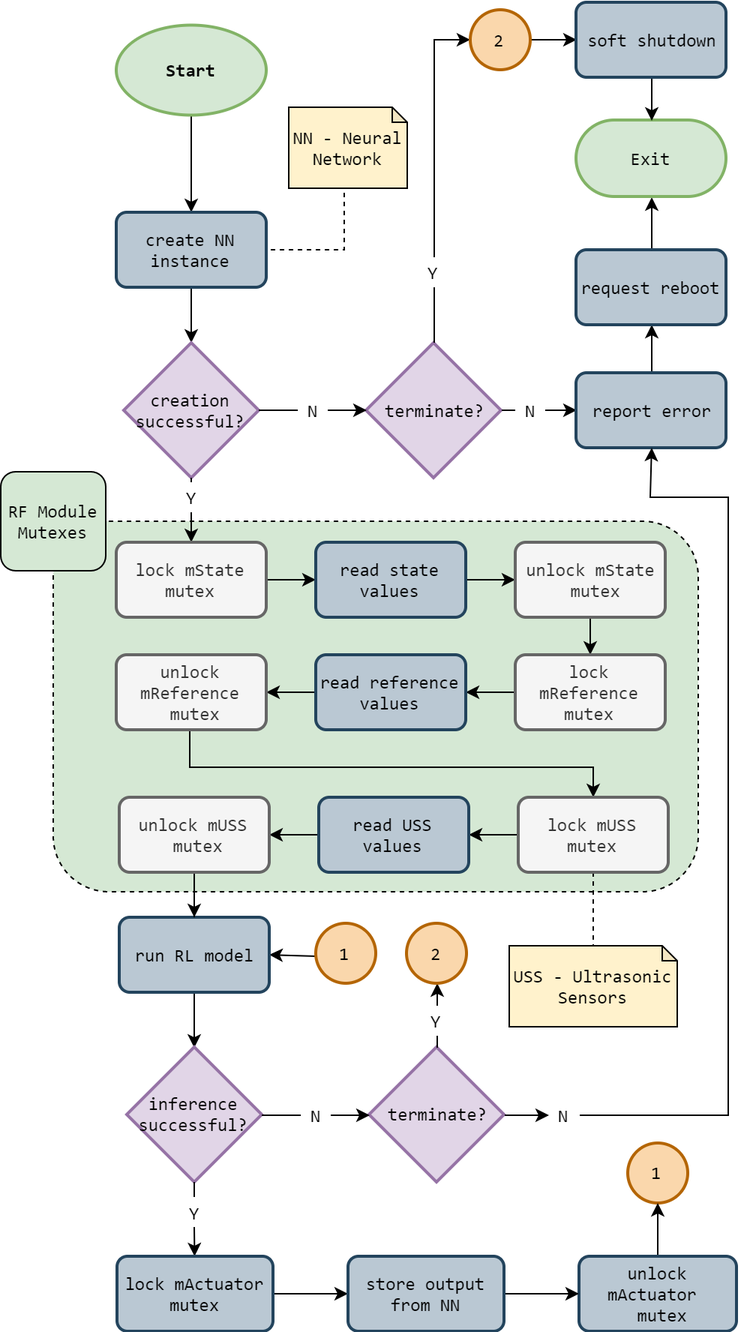
Earlier version of the draw.io export 3. Design/3. Software Specification/RL/reinforcement_learning_flowchart.png (esrg-silent-howl/zephyrus). Source tidied: cells renumbered, new cells last; positions are measured from the earlier drawing's top-left corner, leaving out a move shared by most shapes.
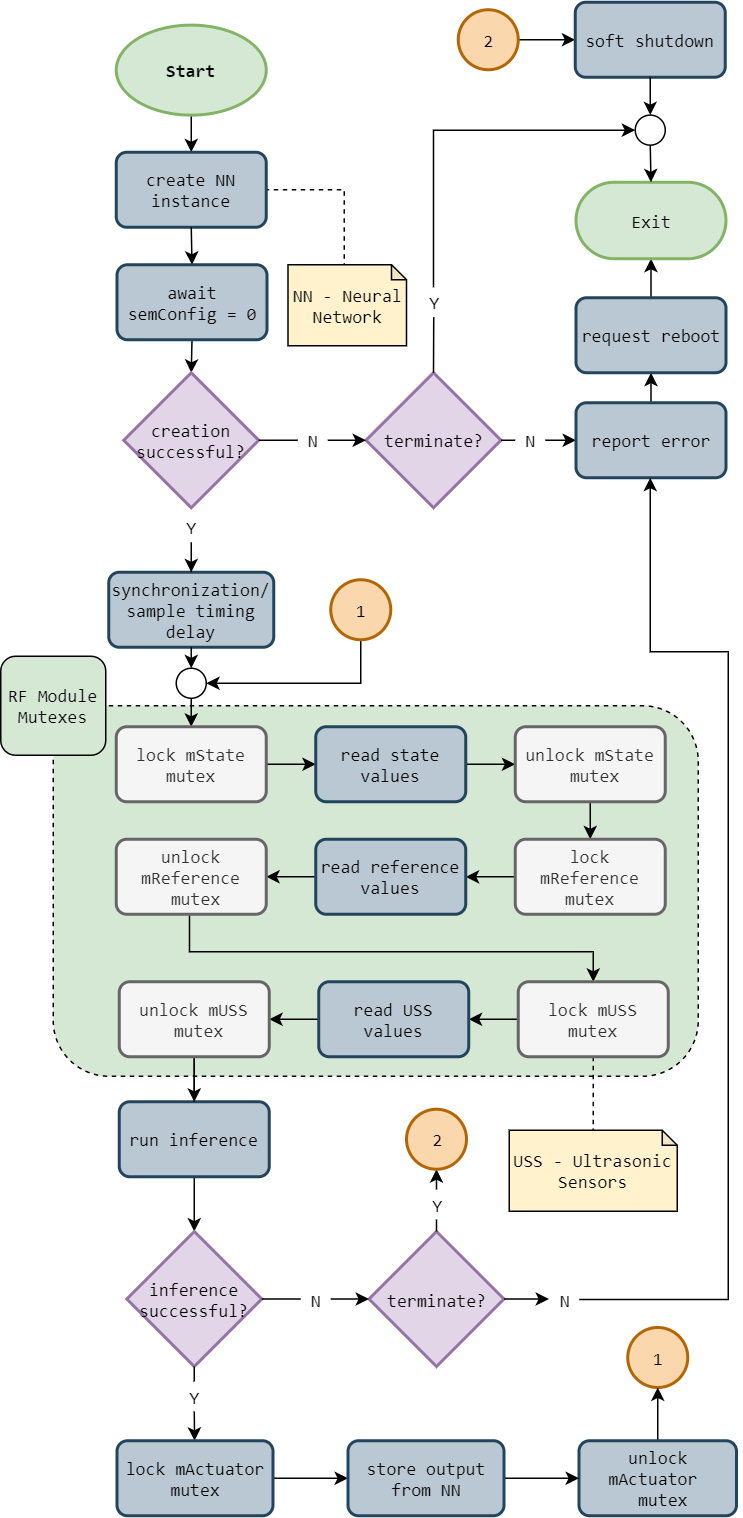
The same file after the commit.

What changed in the source:
```diff
@@ -9,48 +9,48 @@
       <mxGeometry relative="1" as="geometry" />
     </mxCell>
     <mxCell id="4" value="Start" style="strokeWidth=2;html=1;shape=mxgraph.flowchart.start_1;whiteSpace=wrap;fillColor=#d5e8d4;strokeColor=#82b366;fontStyle=1;fontFamily=Consolas;" parent="1" vertex="1">
-      <mxGeometry x="77" y="15.2" width="100" height="60" as="geometry" />
+      <mxGeometry x="77" y="-107.8" width="100" height="60" as="geometry" />
     </mxCell>
     <mxCell id="5" style="edgeStyle=orthogonalEdgeStyle;rounded=0;jettySize=auto;html=1;endArrow=none;endFill=0;dashed=1;fontFamily=Consolas;exitX=0.5;exitY=1;exitDx=0;exitDy=0;exitPerimeter=0;" parent="1" edge="1" source="6" target="9">
       <mxGeometry relative="1" as="geometry">
         <Array as="points">
-          <mxPoint x="229" y="165" />
+          <mxPoint x="229" y="62" />
         </Array>
       </mxGeometry>
     </mxCell>
     <mxCell id="6" value="NN - Neural Network" style="shape=note;html=1;backgroundOutline=1;darkOpacity=0.05;size=10;fillColor=#fff2cc;strokeColor=#000000;whiteSpace=wrap;fontFamily=Consolas;" parent="1" vertex="1">
-      <mxGeometry x="192" y="70" width="79" height="54" as="geometry" />
+      <mxGeometry x="191.5" y="52" width="79" height="54" as="geometry" />
     </mxCell>
     <mxCell id="7" value="1" style="verticalLabelPosition=middle;verticalAlign=middle;html=1;shape=mxgraph.flowchart.on-page_reference;strokeWidth=2;align=center;labelPosition=center;fillColor=#fad7ac;strokeColor=#b46504;fontFamily=Consolas;" parent="1" vertex="1">
       <mxGeometry x="418" y="760.5" width="40" height="40" as="geometry" />
     </mxCell>
-    <mxCell id="8" style="edgeStyle=orthogonalEdgeStyle;rounded=0;jettySize=auto;html=1;exitX=0.5;exitY=1;exitDx=0;exitDy=0;entryX=0.5;entryY=0;entryDx=0;entryDy=0;entryPerimeter=0;startArrow=none;startFill=0;endArrow=classic;endFill=1;fontFamily=Consolas;" parent="1" edge="1" source="9" target="11">
+    <mxCell id="8" style="edgeStyle=orthogonalEdgeStyle;rounded=0;jettySize=auto;html=1;exitX=0.5;exitY=1;exitDx=0;exitDy=0;entryX=0.5;entryY=0;entryDx=0;entryDy=0;entryPerimeter=0;startArrow=none;startFill=0;endArrow=classic;endFill=1;fontFamily=Consolas;" parent="1" edge="1" source="80" target="11">
       <mxGeometry relative="1" as="geometry" />
     </mxCell>
     <mxCell id="9" value="create NN instance" style="rounded=1;whiteSpace=wrap;html=1;absoluteArcSize=1;arcSize=14;strokeWidth=2;fillColor=#bac8d3;strokeColor=#23445d;fontFamily=Consolas;" parent="1" vertex="1">
-      <mxGeometry x="77" y="140" width="100" height="50" as="geometry" />
+      <mxGeometry x="77" y="-23" width="100" height="50" as="geometry" />
     </mxCell>
     <mxCell id="10" style="edgeStyle=orthogonalEdgeStyle;rounded=0;jettySize=auto;html=1;exitX=1;exitY=0.5;exitDx=0;exitDy=0;exitPerimeter=0;entryX=0;entryY=0.5;entryDx=0;entryDy=0;fontFamily=Consolas;" parent="1" edge="1" source="37" target="13">
       <mxGeometry relative="1" as="geometry" />
     </mxCell>
     <mxCell id="11" value="creation&lt;br&gt;successful?" style="strokeWidth=2;html=1;shape=mxgraph.flowchart.decision;whiteSpace=wrap;fillColor=#e1d5e7;strokeColor=#9673a6;fontFamily=Consolas;" parent="1" vertex="1">
-      <mxGeometry x="82" y="227" width="90" height="90" as="geometry" />
+      <mxGeometry x="82" y="124" width="90" height="90" as="geometry" />
     </mxCell>
     <mxCell id="12" style="edgeStyle=orthogonalEdgeStyle;rounded=0;jettySize=auto;html=1;exitX=0.5;exitY=0;exitDx=0;exitDy=0;startArrow=none;startFill=0;endArrow=classic;endFill=1;fontFamily=Consolas;" parent="1" edge="1" source="13" target="42">
       <mxGeometry relative="1" as="geometry" />
     </mxCell>
     <mxCell id="13" value="report error" style="rounded=1;whiteSpace=wrap;html=1;absoluteArcSize=1;arcSize=14;strokeWidth=2;fillColor=#bac8d3;strokeColor=#23445d;fontFamily=Consolas;" parent="1" vertex="1">
-      <mxGeometry x="383.5" y="247" width="100" height="50" as="geometry" />
+      <mxGeometry x="383.5" y="144" width="100" height="50" as="geometry" />
     </mxCell>
     <mxCell id="14" style="edgeStyle=orthogonalEdgeStyle;rounded=0;jettySize=auto;html=1;exitX=0.5;exitY=1;exitDx=0;exitDy=0;entryX=0.5;entryY=0;entryDx=0;entryDy=0;entryPerimeter=0;startArrow=none;startFill=0;endArrow=classic;endFill=1;fontFamily=Consolas;" parent="1" edge="1" source="56" target="17">
       <mxGeometry relative="1" as="geometry" />
     </mxCell>
-    <mxCell id="15" style="edgeStyle=orthogonalEdgeStyle;rounded=0;jettySize=auto;html=1;fontFamily=Consolas;entryX=0.5;entryY=1;entryDx=0;entryDy=0;exitX=1.007;exitY=0.515;exitDx=0;exitDy=0;exitPerimeter=0;" parent="1" edge="1" source="39" target="13">
+    <mxCell id="15" style="edgeStyle=orthogonalEdgeStyle;rounded=0;jettySize=auto;html=1;fontFamily=Consolas;exitX=1.007;exitY=0.515;exitDx=0;exitDy=0;exitPerimeter=0;" parent="1" edge="1" source="39" target="13">
       <mxGeometry relative="1" as="geometry">
         <Array as="points">
           <mxPoint x="485" y="742" />
-          <mxPoint x="485" y="330" />
-          <mxPoint x="433" y="330" />
+          <mxPoint x="485" y="310" />
+          <mxPoint x="433" y="310" />
         </Array>
       </mxGeometry>
     </mxCell>
@@ -87,26 +87,28 @@
     <mxCell id="26" style="edgeStyle=orthogonalEdgeStyle;rounded=0;jettySize=auto;html=1;exitX=1;exitY=0.5;exitDx=0;exitDy=0;exitPerimeter=0;fontFamily=Consolas;entryX=0;entryY=0.5;entryDx=0;entryDy=0;entryPerimeter=0;" parent="1" edge="1" source="36" target="25">
       <mxGeometry relative="1" as="geometry" />
     </mxCell>
-    <mxCell id="27" style="edgeStyle=orthogonalEdgeStyle;rounded=0;jettySize=auto;html=1;exitX=0.5;exitY=0;exitDx=0;exitDy=0;exitPerimeter=0;entryX=0;entryY=0.5;entryDx=0;entryDy=0;entryPerimeter=0;startArrow=none;startFill=0;endArrow=classic;endFill=1;" parent="1" edge="1" source="69" target="49">
+    <mxCell id="27" style="edgeStyle=orthogonalEdgeStyle;rounded=0;jettySize=auto;html=1;exitX=0.5;exitY=0;exitDx=0;exitDy=0;exitPerimeter=0;entryX=0;entryY=0.5;entryDx=0;entryDy=0;startArrow=none;startFill=0;endArrow=classic;endFill=1;" parent="1" edge="1" source="69" target="82">
       <mxGeometry relative="1" as="geometry" />
     </mxCell>
     <mxCell id="28" value="terminate?" style="strokeWidth=2;html=1;shape=mxgraph.flowchart.decision;whiteSpace=wrap;fillColor=#e1d5e7;strokeColor=#9673a6;fontFamily=Consolas;" parent="1" vertex="1">
-      <mxGeometry x="243.5" y="227" width="90" height="90" as="geometry" />
+      <mxGeometry x="243.5" y="124" width="90" height="90" as="geometry" />
     </mxCell>
     <mxCell id="29" style="edgeStyle=orthogonalEdgeStyle;rounded=0;jettySize=auto;html=1;exitX=1;exitY=0.5;exitDx=0;exitDy=0;exitPerimeter=0;entryX=0;entryY=0.5;entryDx=0;entryDy=0;fontFamily=Consolas;entryPerimeter=0;" parent="1" edge="1" source="33" target="28">
       <mxGeometry relative="1" as="geometry" />
     </mxCell>
-    <mxCell id="30" style="edgeStyle=orthogonalEdgeStyle;rounded=0;jettySize=auto;html=1;entryX=0.5;entryY=0;entryDx=0;entryDy=0;startArrow=none;startFill=0;endArrow=classic;endFill=1;" parent="1" edge="1" source="31" target="58">
-      <mxGeometry relative="1" as="geometry" />
+    <mxCell id="30" style="edgeStyle=orthogonalEdgeStyle;rounded=0;jettySize=auto;html=1;entryX=0.5;entryY=0;entryDx=0;entryDy=0;startArrow=none;startFill=0;endArrow=classic;endFill=1;" parent="1" edge="1" source="87" target="58">
+      <mxGeometry relative="1" as="geometry">
+        <Array as="points">
+          <mxPoint x="127" y="334" />
+          <mxPoint x="127" y="334" />
+        </Array>
+      </mxGeometry>
     </mxCell>
     <mxCell id="31" value="Y" style="text;html=1;align=center;verticalAlign=middle;points=[];fontFamily=Consolas;" parent="1" vertex="1">
-      <mxGeometry x="117" y="320" width="20" height="20" as="geometry" />
+      <mxGeometry x="117" y="217" width="20" height="20" as="geometry" />
     </mxCell>
-    <mxCell id="32" style="edgeStyle=orthogonalEdgeStyle;rounded=0;jettySize=auto;html=1;exitX=0.5;exitY=1;exitDx=0;exitDy=0;exitPerimeter=0;entryX=0.5;entryY=0;entryDx=0;entryDy=0;endArrow=none;endFill=0;startArrow=none;startFill=0;fontFamily=Consolas;" parent="1" edge="1" source="11" target="31">
-      <mxGeometry relative="1" as="geometry" />
-    </mxCell>
     <mxCell id="33" value="N" style="text;html=1;align=center;verticalAlign=middle;points=[];fontFamily=Consolas;" parent="1" vertex="1">
-      <mxGeometry x="198" y="262" width="20" height="20" as="geometry" />
+      <mxGeometry x="198" y="159" width="20" height="20" as="geometry" />
     </mxCell>
     <mxCell id="34" style="edgeStyle=orthogonalEdgeStyle;rounded=0;jettySize=auto;html=1;exitX=1;exitY=0.5;exitDx=0;exitDy=0;exitPerimeter=0;entryX=0;entryY=0.5;entryDx=0;entryDy=0;endArrow=none;endFill=0;fontFamily=Consolas;" parent="1" edge="1" source="11" target="33">
       <mxGeometry relative="1" as="geometry" />
@@ -123,7 +125,7 @@
       <mxGeometry x="200" y="731.5" width="20" height="20" as="geometry" />
     </mxCell>
     <mxCell id="37" value="N" style="text;html=1;align=center;verticalAlign=middle;points=[];fontFamily=Consolas;" parent="1" vertex="1">
-      <mxGeometry x="343" y="262" width="20" height="20" as="geometry" />
+      <mxGeometry x="343" y="159" width="20" height="20" as="geometry" />
     </mxCell>
     <mxCell id="38" style="edgeStyle=orthogonalEdgeStyle;rounded=0;jettySize=auto;html=1;exitX=1;exitY=0.5;exitDx=0;exitDy=0;exitPerimeter=0;entryX=0;entryY=0.5;entryDx=0;entryDy=0;endArrow=none;endFill=0;fontFamily=Consolas;" parent="1" edge="1" source="28" target="37">
       <mxGeometry relative="1" as="geometry" />
@@ -138,10 +140,10 @@
       <mxGeometry relative="1" as="geometry" />
     </mxCell>
     <mxCell id="42" value="request reboot" style="rounded=1;whiteSpace=wrap;html=1;absoluteArcSize=1;arcSize=14;strokeWidth=2;fillColor=#bac8d3;strokeColor=#23445d;fontFamily=Consolas;" parent="1" vertex="1">
-      <mxGeometry x="383.5" y="165" width="100" height="50" as="geometry" />
+      <mxGeometry x="383.5" y="74" width="100" height="50" as="geometry" />
     </mxCell>
     <mxCell id="43" value="Exit" style="rounded=1;whiteSpace=wrap;html=1;arcSize=50;fillColor=#d5e8d4;strokeColor=#82b366;fontFamily=Consolas;strokeWidth=2;" parent="1" vertex="1">
-      <mxGeometry x="383.5" y="78.5" width="100" height="51" as="geometry" />
+      <mxGeometry x="383.5" y="-3" width="100" height="51" as="geometry" />
     </mxCell>
     <mxCell id="44" value="Y" style="text;html=1;align=center;verticalAlign=middle;points=[];fontFamily=Consolas;" parent="1" vertex="1">
       <mxGeometry x="119" y="796.5" width="20" height="20" as="geometry" />
@@ -151,30 +153,20 @@
         <mxPoint x="129" y="796.5" as="targetPoint" />
       </mxGeometry>
     </mxCell>
-    <mxCell id="46" style="edgeStyle=orthogonalEdgeStyle;rounded=0;jettySize=auto;html=1;exitX=0;exitY=0.5;exitDx=0;exitDy=0;exitPerimeter=0;entryX=1;entryY=0.5;entryDx=0;entryDy=0;fontFamily=Consolas;" parent="1" edge="1" source="47" target="56">
-      <mxGeometry relative="1" as="geometry">
-        <Array as="points">
-          <mxPoint x="210" y="635.5" />
-        </Array>
-      </mxGeometry>
-    </mxCell>
-    <mxCell id="47" value="1" style="verticalLabelPosition=middle;verticalAlign=middle;html=1;shape=mxgraph.flowchart.on-page_reference;strokeWidth=2;align=center;labelPosition=center;fillColor=#fad7ac;strokeColor=#b46504;fontFamily=Consolas;" parent="1" vertex="1">
-      <mxGeometry x="210" y="614" width="40" height="40" as="geometry" />
-    </mxCell>
     <mxCell id="48" style="edgeStyle=orthogonalEdgeStyle;rounded=0;jettySize=auto;html=1;exitX=1;exitY=0.5;exitDx=0;exitDy=0;exitPerimeter=0;entryX=0;entryY=0.5;entryDx=0;entryDy=0;fontFamily=Consolas;" parent="1" edge="1" source="49" target="52">
       <mxGeometry relative="1" as="geometry" />
     </mxCell>
     <mxCell id="49" value="2" style="verticalLabelPosition=middle;verticalAlign=middle;html=1;shape=mxgraph.flowchart.on-page_reference;strokeWidth=2;align=center;labelPosition=center;fillColor=#fad7ac;strokeColor=#b46504;fontFamily=Consolas;" parent="1" vertex="1">
-      <mxGeometry x="313" y="5" width="40" height="40" as="geometry" />
+      <mxGeometry x="305" y="-118" width="40" height="40" as="geometry" />
     </mxCell>
-    <mxCell id="50" style="edgeStyle=orthogonalEdgeStyle;rounded=0;jettySize=auto;html=1;exitX=0.5;exitY=1;exitDx=0;exitDy=0;entryX=0.5;entryY=0;entryDx=0;entryDy=0;fontFamily=Consolas;" parent="1" edge="1" source="52" target="43">
+    <mxCell id="50" style="edgeStyle=orthogonalEdgeStyle;rounded=0;jettySize=auto;html=1;exitX=0.5;exitY=1;exitDx=0;exitDy=0;entryX=0.5;entryY=0;entryDx=0;entryDy=0;fontFamily=Consolas;" parent="1" edge="1" source="82" target="43">
       <mxGeometry relative="1" as="geometry" />
     </mxCell>
     <mxCell id="51" value="2" style="verticalLabelPosition=middle;verticalAlign=middle;html=1;shape=mxgraph.flowchart.on-page_reference;strokeWidth=2;align=center;labelPosition=center;fillColor=#fad7ac;strokeColor=#b46504;fontFamily=Consolas;" parent="1" vertex="1">
-      <mxGeometry x="270.5" y="614" width="40" height="40" as="geometry" />
+      <mxGeometry x="270.5" y="615" width="40" height="40" as="geometry" />
     </mxCell>
     <mxCell id="52" value="soft shutdown" style="rounded=1;whiteSpace=wrap;html=1;absoluteArcSize=1;arcSize=14;strokeWidth=2;fillColor=#bac8d3;strokeColor=#23445d;fontFamily=Consolas;" parent="1" vertex="1">
-      <mxGeometry x="383.5" width="100" height="50" as="geometry" />
+      <mxGeometry x="383" y="-123" width="100" height="50" as="geometry" />
     </mxCell>
     <mxCell id="53" value="Y" style="text;html=1;align=center;verticalAlign=middle;points=[];fontFamily=Consolas;" parent="1" vertex="1">
       <mxGeometry x="280.5" y="668.5" width="20" height="20" as="geometry" />
@@ -185,7 +177,7 @@
     <mxCell id="55" style="edgeStyle=orthogonalEdgeStyle;rounded=0;jettySize=auto;html=1;startArrow=classic;startFill=1;endArrow=none;endFill=0;" parent="1" edge="1" source="56" target="77">
       <mxGeometry relative="1" as="geometry" />
     </mxCell>
-    <mxCell id="56" value="run RL model" style="rounded=1;whiteSpace=wrap;html=1;absoluteArcSize=1;arcSize=14;strokeWidth=2;fillColor=#BAC8D3;strokeColor=#23445d;fontFamily=Consolas;" parent="1" vertex="1">
+    <mxCell id="56" value="run inference" style="rounded=1;whiteSpace=wrap;html=1;absoluteArcSize=1;arcSize=14;strokeWidth=2;fillColor=#BAC8D3;strokeColor=#23445d;fontFamily=Consolas;" parent="1" vertex="1">
       <mxGeometry x="79" y="610" width="100" height="50" as="geometry" />
     </mxCell>
     <mxCell id="57" style="edgeStyle=orthogonalEdgeStyle;rounded=0;jettySize=auto;html=1;exitX=1;exitY=0.5;exitDx=0;exitDy=0;entryX=0;entryY=0.5;entryDx=0;entryDy=0;startArrow=none;startFill=0;endArrow=classic;endFill=1;" parent="1" edge="1" source="58" target="60">
@@ -230,7 +222,7 @@
       <mxGeometry x="77" y="435" width="100" height="50" as="geometry" />
     </mxCell>
     <mxCell id="69" value="Y" style="text;html=1;align=center;verticalAlign=middle;points=[];fontFamily=Consolas;" parent="1" vertex="1">
-      <mxGeometry x="278.5" y="170" width="20" height="20" as="geometry" />
+      <mxGeometry x="278.5" y="67" width="20" height="20" as="geometry" />
     </mxCell>
     <mxCell id="70" style="edgeStyle=orthogonalEdgeStyle;rounded=0;jettySize=auto;html=1;exitX=0.5;exitY=0;exitDx=0;exitDy=0;exitPerimeter=0;entryX=0.508;entryY=1.001;entryDx=0;entryDy=0;entryPerimeter=0;startArrow=none;startFill=0;endArrow=none;endFill=0;" parent="1" edge="1" source="28" target="69">
       <mxGeometry relative="1" as="geometry" />
@@ -262,5 +254,44 @@
     <mxCell id="79" value="&lt;span style=&quot;font-family: &amp;#34;consolas&amp;#34; ; white-space: normal&quot;&gt;RF Module Mutexes&lt;/span&gt;" style="rounded=1;whiteSpace=wrap;html=1;strokeColor=#000000;fillColor=#d5e8d4;" parent="1" vertex="1">
       <mxGeometry y="313" width="70" height="66" as="geometry" />
     </mxCell>
+    <mxCell id="80" value="await semConfig = 0" style="rounded=1;whiteSpace=wrap;html=1;absoluteArcSize=1;arcSize=14;strokeWidth=2;fillColor=#bac8d3;strokeColor=#23445d;fontFamily=Consolas;" parent="1" vertex="1">
+      <mxGeometry x="77.5" y="52" width="100" height="50" as="geometry" />
+    </mxCell>
+    <mxCell id="81" style="edgeStyle=orthogonalEdgeStyle;rounded=0;jettySize=auto;html=1;exitX=0.5;exitY=1;exitDx=0;exitDy=0;entryX=0.5;entryY=0;entryDx=0;entryDy=0;entryPerimeter=0;startArrow=none;startFill=0;endArrow=classic;endFill=1;fontFamily=Consolas;" parent="1" edge="1" source="9" target="80">
+      <mxGeometry relative="1" as="geometry" />
+    </mxCell>
+    <mxCell id="82" style="ellipse;whiteSpace=wrap;html=1;fontFamily=Consolas;" parent="1" vertex="1">
+      <mxGeometry x="423" y="-47.8" width="20" height="20" as="geometry" />
+    </mxCell>
+    <mxCell id="83" style="edgeStyle=orthogonalEdgeStyle;rounded=0;jettySize=auto;html=1;exitX=0.5;exitY=1;exitDx=0;exitDy=0;entryX=0.5;entryY=0;entryDx=0;entryDy=0;fontFamily=Consolas;" parent="1" edge="1" source="52" target="82">
+      <mxGeometry relative="1" as="geometry" />
+    </mxCell>
+    <mxCell id="84" value="synchronization/&lt;br&gt;sample timing delay" style="rounded=1;whiteSpace=wrap;html=1;absoluteArcSize=1;arcSize=14;strokeWidth=2;fillColor=#bac8d3;strokeColor=#23445d;fontFamily=Consolas;" parent="1" vertex="1">
+      <mxGeometry x="72" y="257" width="110" height="50" as="geometry" />
+    </mxCell>
+    <mxCell id="85" style="edgeStyle=orthogonalEdgeStyle;rounded=0;jettySize=auto;html=1;entryX=0.5;entryY=0;entryDx=0;entryDy=0;startArrow=none;startFill=0;endArrow=classic;endFill=1;" parent="1" edge="1" source="31" target="84">
+      <mxGeometry relative="1" as="geometry" />
+    </mxCell>
+    <mxCell id="86" style="edgeStyle=orthogonalEdgeStyle;rounded=0;jettySize=auto;html=1;exitX=0.5;exitY=1;exitDx=0;exitDy=0;exitPerimeter=0;entryX=1;entryY=0.5;entryDx=0;entryDy=0;fontFamily=Consolas;" parent="1" edge="1" source="47" target="87">
+      <mxGeometry relative="1" as="geometry">
+        <Array as="points">
+          <mxPoint x="240" y="331" />
+        </Array>
+      </mxGeometry>
+    </mxCell>
+    <mxCell id="47" value="1" style="verticalLabelPosition=middle;verticalAlign=middle;html=1;shape=mxgraph.flowchart.on-page_reference;strokeWidth=2;align=center;labelPosition=center;fillColor=#fad7ac;strokeColor=#b46504;fontFamily=Consolas;" parent="1" vertex="1">
+      <mxGeometry x="220" y="262" width="40" height="40" as="geometry" />
+    </mxCell>
+    <mxCell id="87" style="ellipse;whiteSpace=wrap;html=1;fontFamily=Consolas;" parent="1" vertex="1">
+      <mxGeometry x="117" y="321" width="20" height="20" as="geometry" />
+    </mxCell>
+    <mxCell id="88" style="edgeStyle=orthogonalEdgeStyle;rounded=0;jettySize=auto;html=1;entryX=0.5;entryY=0;entryDx=0;entryDy=0;startArrow=none;startFill=0;endArrow=classic;endFill=1;" parent="1" edge="1" source="84" target="87">
+      <mxGeometry relative="1" as="geometry">
+        <Array as="points">
+          <mxPoint x="127" y="307" />
+          <mxPoint x="127" y="307" />
+        </Array>
+      </mxGeometry>
+    </mxCell>
   </root>
 </mxGraphModel>
```
